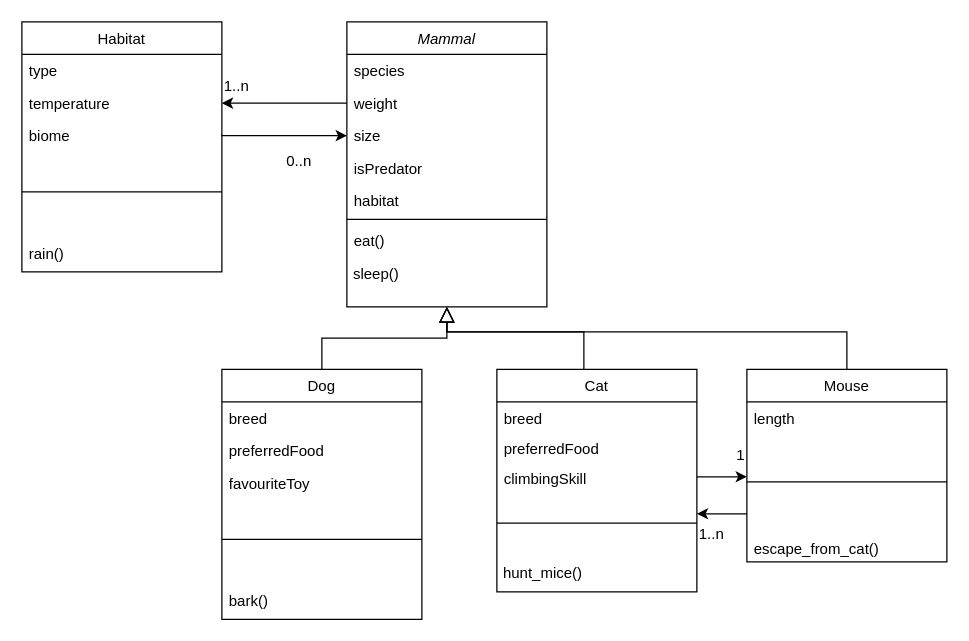
Above: Exercise_1.drawio in HenryVag/draw.io (draw.io), before the change. Source tidied: cells renumbered, new cells numbered last; positions are measured from the earlier drawing's top-left corner, leaving out a move shared by most shapes. Both pictures are drawn from the tidied source at 125%, with x=0, y=0 at pixel (21, 21).
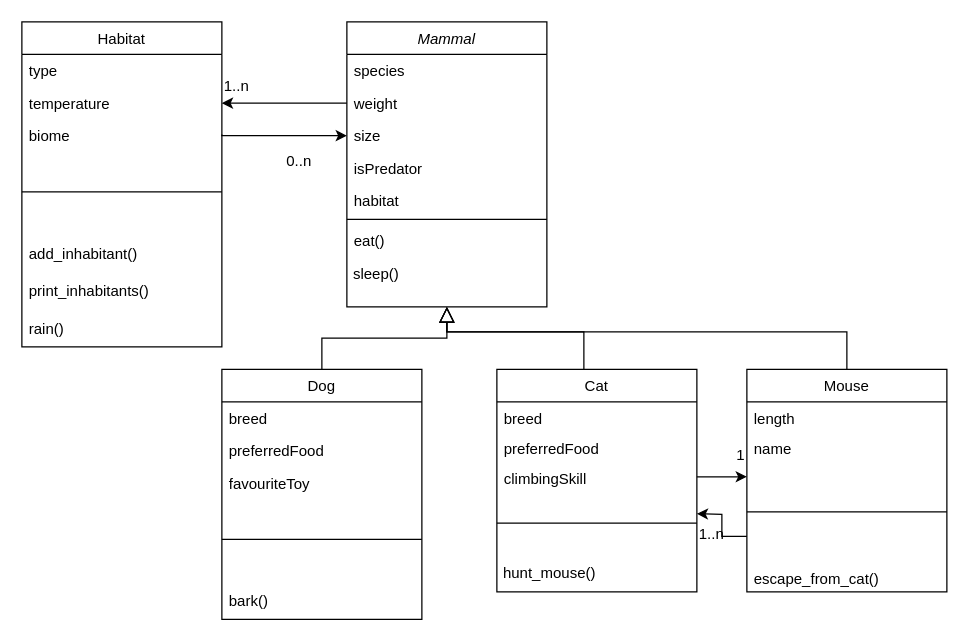
The same page after the edit.

The change refers to these unchanged cells:
```xml
<mxCell id="24" value="Cat" style="swimlane;fontStyle=0;align=center;verticalAlign=top;horizontal=1;startSize=26;rounded=0;shadow=0;strokeWidth=1;" parent="1" vertex="1">
  <mxGeometry x="380" y="278" width="160" height="178" as="geometry" />
</mxCell>
```

The edit, as a diff of the source:
```diff
@@
     <mxCell id="19" value="Mouse" style="swimlane;fontStyle=0;align=center;verticalAlign=top;horizontal=1;startSize=26;rounded=0;shadow=0;strokeWidth=1;" parent="1" vertex="1">
-      <mxGeometry x="580" y="278" width="160" height="154" as="geometry" />
+      <mxGeometry x="580" y="278" width="160" height="178" as="geometry" />
     </mxCell>
@@
+    <mxCell id="44" value="name" style="text;align=left;verticalAlign=top;spacingLeft=4;spacingRight=4;overflow=hidden;" parent="19" vertex="1">
+      <mxGeometry y="50" width="160" height="24" as="geometry" />
+    </mxCell>
     <mxCell id="21" style="line;html=1;strokeWidth=1;align=left;verticalAlign=top;spacingTop=-1;spacingLeft=3;spacingRight=3;labelPosition=right;" parent="19" vertex="1">
-      <mxGeometry y="50" width="160" height="80" as="geometry" />
+      <mxGeometry y="74" width="160" height="80" as="geometry" />
     </mxCell>
     <mxCell id="22" value="escape_from_cat()" style="text;align=left;verticalAlign=top;spacingLeft=4;spacingRight=4;overflow=hidden;" parent="19" vertex="1">
-      <mxGeometry y="130" width="160" height="24" as="geometry" />
+      <mxGeometry y="154" width="160" height="24" as="geometry" />
     </mxCell>
@@
-    <mxCell id="30" value="&amp;nbsp;hunt_mice()" style="text;html=1;align=left;verticalAlign=middle;strokeColor=none;fillColor=none;" parent="24" vertex="1">
+    <mxCell id="30" value="&amp;nbsp;hunt_mouse()" style="text;html=1;align=left;verticalAlign=middle;strokeColor=none;fillColor=none;" parent="24" vertex="1">
       <mxGeometry y="148" width="160" height="30" as="geometry" />
     </mxCell>
@@
     <mxCell id="34" value="Habitat" style="swimlane;fontStyle=0;align=center;verticalAlign=top;horizontal=1;startSize=26;rounded=0;shadow=0;strokeWidth=1;" parent="1" vertex="1">
-      <mxGeometry width="160" height="200" as="geometry" />
+      <mxGeometry width="160" height="260" as="geometry" />
     </mxCell>
@@
+    <mxCell id="45" value="add_inhabitant()" style="text;align=left;verticalAlign=middle;spacingLeft=4;spacingRight=4;overflow=hidden;labelPosition=center;verticalLabelPosition=middle;" parent="34" vertex="1">
+      <mxGeometry y="170" width="160" height="30" as="geometry" />
+    </mxCell>
+    <mxCell id="46" value="print_inhabitants()" style="text;align=left;verticalAlign=middle;spacingLeft=4;spacingRight=4;overflow=hidden;labelPosition=center;verticalLabelPosition=middle;" parent="34" vertex="1">
+      <mxGeometry y="200" width="160" height="30" as="geometry" />
+    </mxCell>
     <mxCell id="39" value="rain()" style="text;align=left;verticalAlign=middle;spacingLeft=4;spacingRight=4;overflow=hidden;labelPosition=center;verticalLabelPosition=middle;" parent="34" vertex="1">
-      <mxGeometry y="170" width="160" height="30" as="geometry" />
+      <mxGeometry y="230" width="160" height="30" as="geometry" />
     </mxCell>
```
